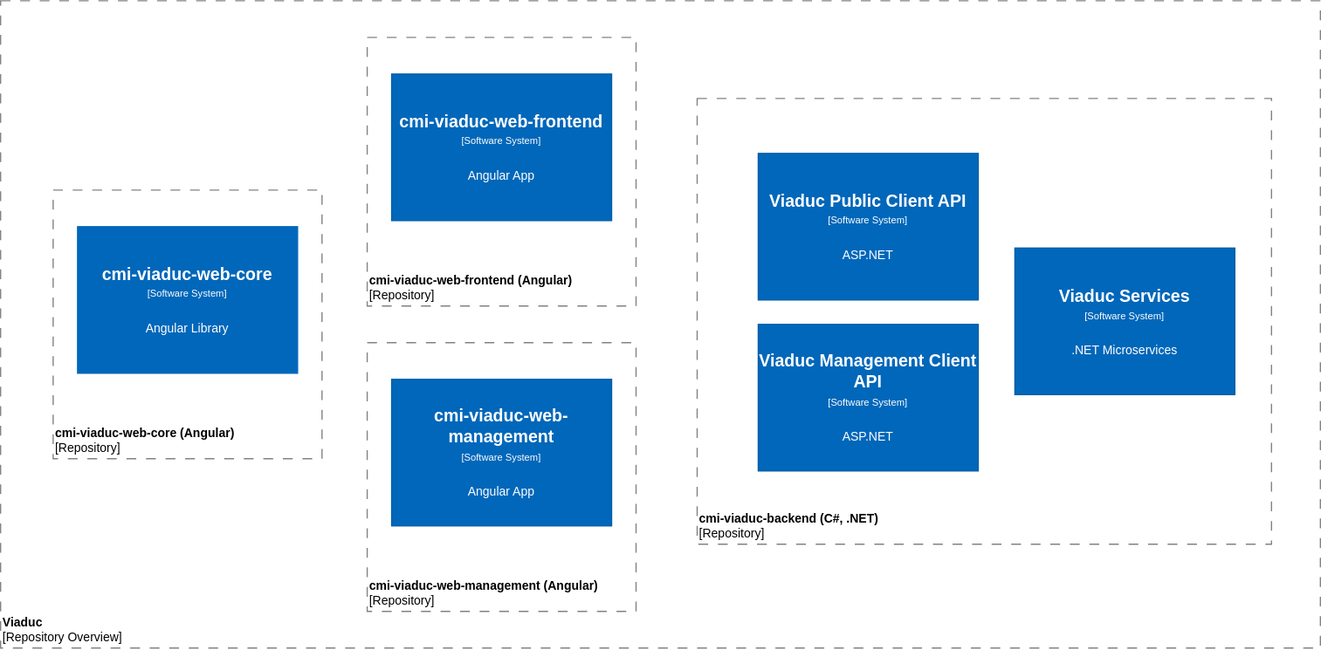
The draw.io diagram docs/imgs/context.svg in SwissFederalArchives/cmi-viaduc, before a commit. Source tidied: cells renumbered, new cells last; positions are measured from the earlier drawing's top-left corner, leaving out a move shared by most shapes.
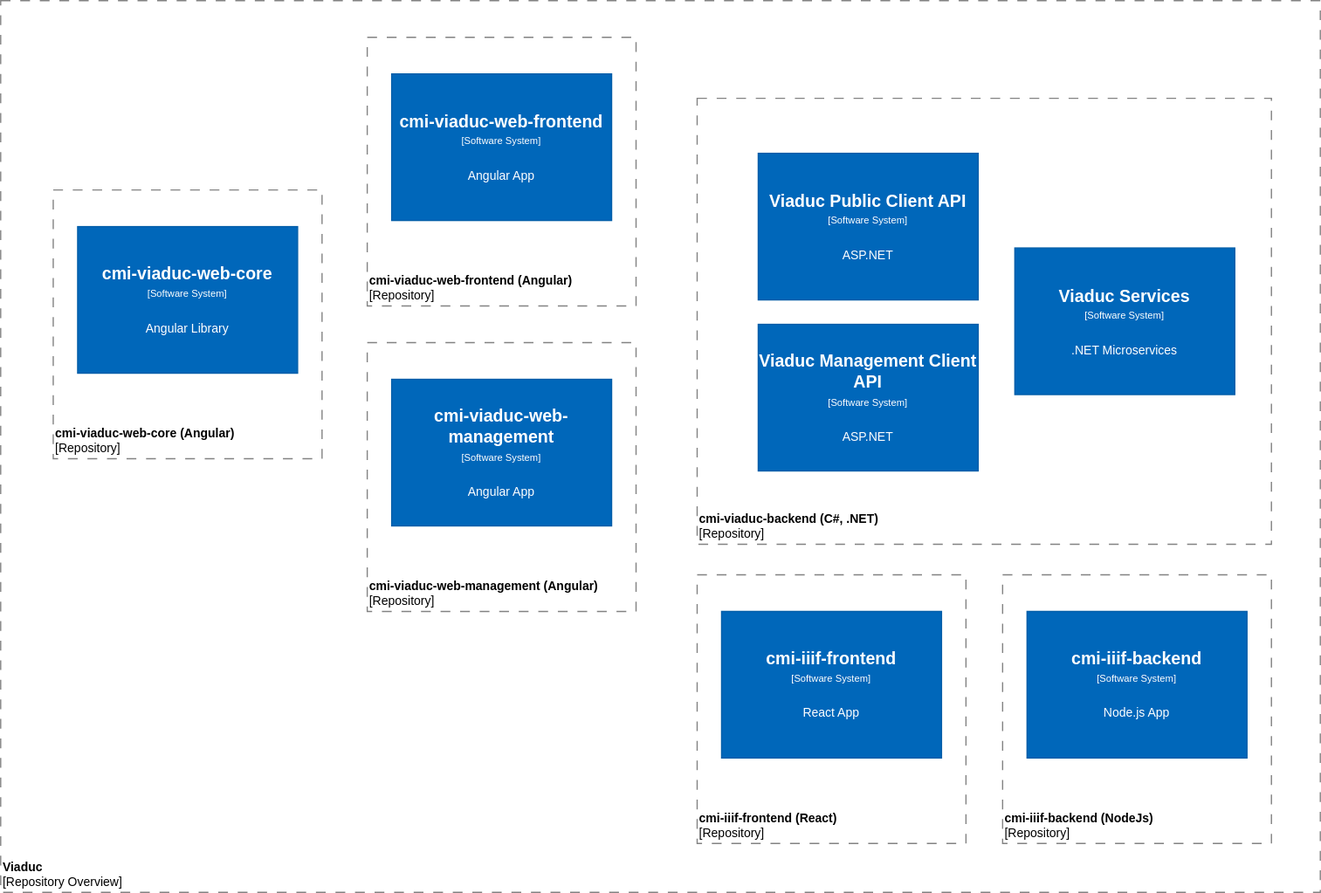
The same file after the commit.

Commit message:
Including iiifviewer in readme

What changed in the source:
```diff
@@ -4,7 +4,7 @@
     <mxCell id="1" parent="0" />
     <object id="2" label="&lt;font style=&quot;font-size: 10px&quot;&gt;&lt;b&gt;Viaduc&lt;/b&gt;&lt;br style=&quot;font-size: 10px&quot;&gt;[Repository Overview]&lt;/font&gt;" name="Software System Name" placeholders="1">
       <mxCell style="rounded=0;whiteSpace=wrap;html=1;strokeColor=#828282;fontColor=#000000;align=left;labelPosition=center;verticalLabelPosition=middle;verticalAlign=bottom;dashed=1;strokeWidth=1;perimeterSpacing=0;spacing=2;spacingTop=0;fontSize=10;dashPattern=8 8;fillColor=none;" parent="1" vertex="1">
-        <mxGeometry width="1080" height="530" as="geometry" />
+        <mxGeometry width="1080" height="730" as="geometry" />
       </mxCell>
     </object>
     <object id="3" label="&lt;font style=&quot;font-size: 10px&quot;&gt;&lt;b&gt;cmi-viaduc-backend (C#, .NET)&lt;/b&gt;&lt;br style=&quot;font-size: 10px&quot;&gt;[Repository]&lt;/font&gt;" name="Container Name" placeholders="1">
@@ -28,12 +28,12 @@
       </mxCell>
     </object>
     <object id="7" label="&lt;font style=&quot;font-size: 10px&quot;&gt;&lt;b&gt;cmi-viaduc-web-core (Angular)&lt;/b&gt;&lt;br style=&quot;font-size: 10px&quot;&gt;[Repository]&lt;/font&gt;" name="Container Name" placeholders="1">
-      <mxCell style="rounded=0;whiteSpace=wrap;html=1;align=left;labelPosition=center;verticalLabelPosition=middle;verticalAlign=bottom;dashed=1;strokeWidth=1;perimeterSpacing=0;spacing=2;spacingTop=0;fontSize=10;dashPattern=8 8;fillColor=none;strokeColor=#828282;" parent="1" vertex="1">
+      <mxCell style="rounded=0;whiteSpace=wrap;html=1;strokeColor=#828282;align=left;labelPosition=center;verticalLabelPosition=middle;verticalAlign=bottom;dashed=1;strokeWidth=1;perimeterSpacing=0;spacing=2;spacingTop=0;fontSize=10;dashPattern=8 8;fillColor=none;fontFamily=Helvetica;fontColor=#000000;" parent="1" vertex="1">
         <mxGeometry x="43" y="155" width="220" height="220" as="geometry" />
       </mxCell>
     </object>
     <object id="8" label="&lt;div&gt;&lt;span style=&quot;font-size: 14px&quot;&gt;&lt;b&gt;cmi-viaduc-web-core&lt;/b&gt;&lt;/span&gt;&lt;/div&gt;&lt;div&gt;&lt;span style=&quot;font-size: 8px&quot;&gt;[Software System]&lt;/span&gt;&lt;/div&gt;&lt;div&gt;&lt;span style=&quot;font-size: 8px&quot;&gt;&lt;br&gt;&lt;/span&gt;&lt;/div&gt;&lt;div&gt;&lt;font size=&quot;1&quot;&gt;Angular Library&lt;/font&gt;&lt;/div&gt;" description="Description" name="Software System Name" placeholders="1">
-      <mxCell style="rounded=0;whiteSpace=wrap;html=1;fillColor=#0067BA;strokeColor=#0067BA;fontColor=#FFFFFF;" parent="1" vertex="1">
+      <mxCell style="rounded=0;whiteSpace=wrap;html=1;fillColor=#0067BA;strokeColor=#005DA8;align=center;verticalAlign=middle;fontFamily=Helvetica;fontSize=12;fontColor=#FFFFFF;" parent="1" vertex="1">
         <mxGeometry x="63" y="185" width="180" height="120" as="geometry" />
       </mxCell>
     </object>
@@ -57,5 +57,25 @@
         <mxGeometry x="320" y="310" width="180" height="120" as="geometry" />
       </mxCell>
     </object>
+    <object id="13" label="&lt;font style=&quot;font-size: 10px&quot;&gt;&lt;b&gt;cmi-iiif-frontend (React)&lt;/b&gt;&lt;br style=&quot;font-size: 10px&quot;&gt;[Repository]&lt;/font&gt;" name="Container Name" placeholders="1">
+      <mxCell style="rounded=0;whiteSpace=wrap;html=1;strokeColor=#828282;fillColor=none;fontColor=#000000;align=left;labelPosition=center;verticalLabelPosition=middle;verticalAlign=bottom;dashed=1;strokeWidth=1;perimeterSpacing=0;spacing=2;spacingTop=0;fontSize=10;dashPattern=8 8;" parent="1" vertex="1">
+        <mxGeometry x="570" y="470" width="220" height="220" as="geometry" />
+      </mxCell>
+    </object>
+    <object id="14" label="&lt;div&gt;&lt;span style=&quot;font-size: 14px&quot;&gt;&lt;b&gt;cmi-iiif-frontend&lt;/b&gt;&lt;/span&gt;&lt;/div&gt;&lt;div&gt;&lt;span style=&quot;font-size: 8px&quot;&gt;[Software System]&lt;/span&gt;&lt;/div&gt;&lt;div&gt;&lt;span style=&quot;font-size: 8px&quot;&gt;&lt;br&gt;&lt;/span&gt;&lt;/div&gt;&lt;div&gt;&lt;font size=&quot;1&quot;&gt;React App&lt;/font&gt;&lt;/div&gt;" description="Description" name="Software System Name" placeholders="1">
+      <mxCell style="rounded=0;whiteSpace=wrap;html=1;fillColor=#0067BA;fontColor=#FFFFFF;strokeColor=#005DA8;" parent="1" vertex="1">
+        <mxGeometry x="590" y="500" width="180" height="120" as="geometry" />
+      </mxCell>
+    </object>
+    <object id="15" label="&lt;font style=&quot;font-size: 10px&quot;&gt;&lt;b&gt;cmi-iiif-backend (NodeJs)&lt;/b&gt;&lt;br style=&quot;font-size: 10px&quot;&gt;[Repository]&lt;/font&gt;" name="Container Name" placeholders="1">
+      <mxCell style="rounded=0;whiteSpace=wrap;html=1;strokeColor=#828282;fillColor=none;fontColor=#000000;align=left;labelPosition=center;verticalLabelPosition=middle;verticalAlign=bottom;dashed=1;strokeWidth=1;perimeterSpacing=0;spacing=2;spacingTop=0;fontSize=10;dashPattern=8 8;" parent="1" vertex="1">
+        <mxGeometry x="820" y="470" width="220" height="220" as="geometry" />
+      </mxCell>
+    </object>
+    <object id="16" label="&lt;div&gt;&lt;span style=&quot;font-size: 14px&quot;&gt;&lt;b&gt;cmi-iiif-backend&lt;/b&gt;&lt;/span&gt;&lt;/div&gt;&lt;div&gt;&lt;span style=&quot;font-size: 8px&quot;&gt;[Software System]&lt;/span&gt;&lt;/div&gt;&lt;div&gt;&lt;span style=&quot;font-size: 8px&quot;&gt;&lt;br&gt;&lt;/span&gt;&lt;/div&gt;&lt;div&gt;&lt;font size=&quot;1&quot;&gt;Node.js App&lt;/font&gt;&lt;/div&gt;" description="Description" name="Software System Name" placeholders="1">
+      <mxCell style="rounded=0;whiteSpace=wrap;html=1;fillColor=#0067BA;fontColor=#FFFFFF;strokeColor=#005DA8;" parent="1" vertex="1">
+        <mxGeometry x="840" y="500" width="180" height="120" as="geometry" />
+      </mxCell>
+    </object>
   </root>
 </mxGraphModel>
```
